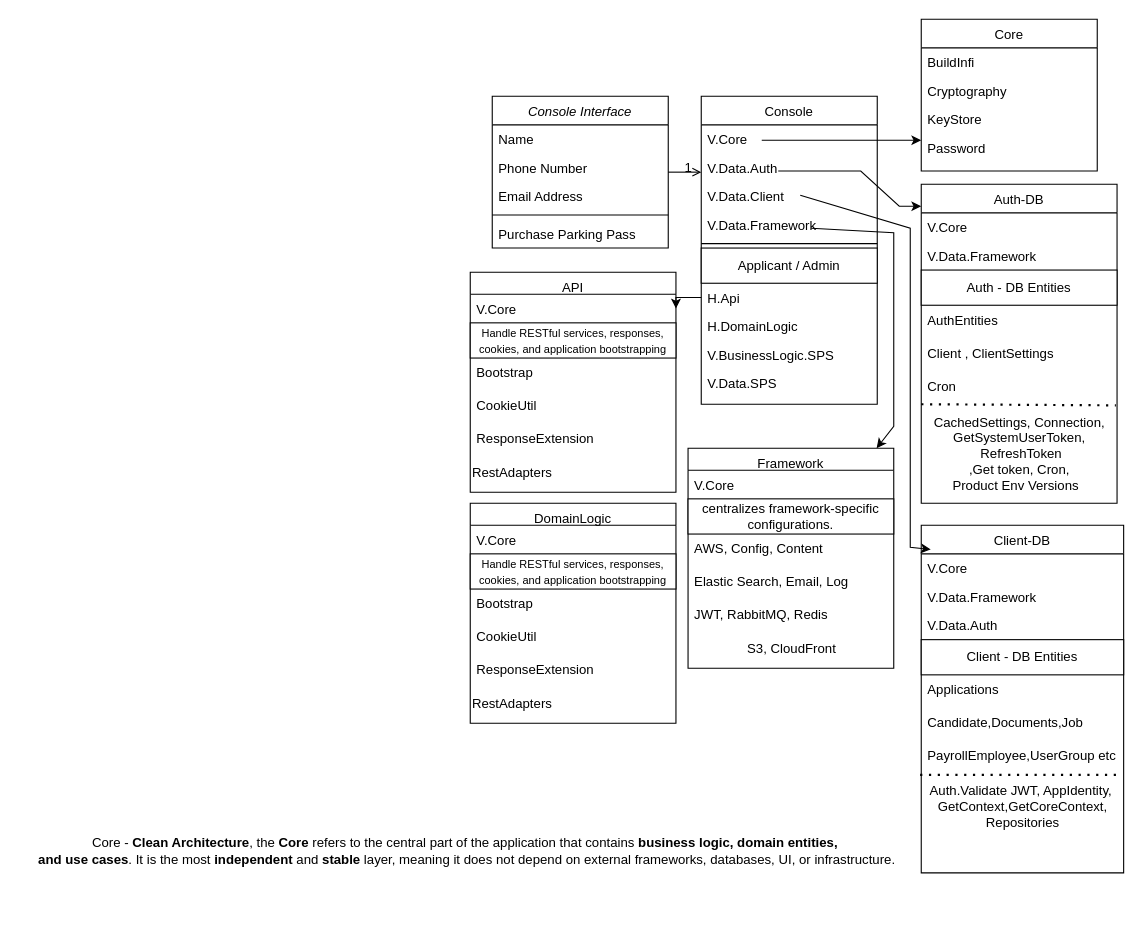
The draw.io diagram Untitled Diagram.drawio in LalgyThomas/GITPR, before the edit. Source tidied: cells renumbered, new cells numbered last; positions are measured from the earlier drawing's top-left corner, leaving out a move shared by most shapes. Both pictures are drawn from the tidied source at 110%, with x=0, y=0 at pixel (19, 19).
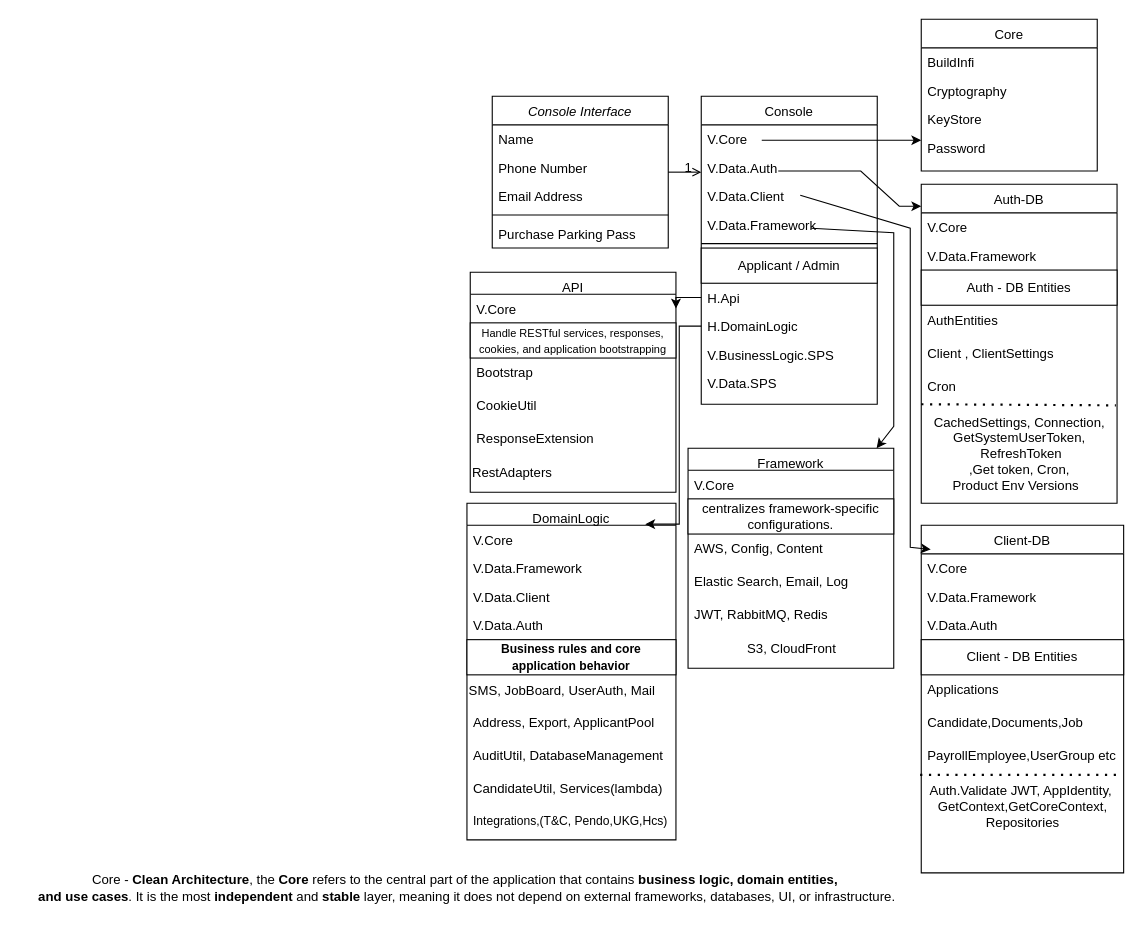
The same diagram, later.

The change refers to these unchanged cells:
```xml
<mxCell id="24" value="H.DomainLogic" style="text;align=left;verticalAlign=top;spacingLeft=4;spacingRight=4;overflow=hidden;points=[[0,0.5],[1,0.5]];portConstraint=eastwest;rounded=0;shadow=0;html=0;" parent="14" vertex="1">
  <mxGeometry y="196" width="160" height="26" as="geometry" />
</mxCell>
```

Change to the diagram source:
```diff
@@
     <mxCell id="29" value="Core -&amp;nbsp;&lt;strong&gt;Clean Architecture&lt;/strong&gt;, the &lt;strong&gt;Core&lt;/strong&gt; refers to the central part of the application that contains &lt;strong&gt;business logic, domain entities,&lt;/strong&gt;&lt;div&gt;&lt;strong&gt;&amp;nbsp;and use cases&lt;/strong&gt;. It is the most &lt;strong&gt;independent&lt;/strong&gt; and &lt;strong&gt;stable&lt;/strong&gt; layer, meaning it does not depend on external frameworks, databases, UI, or infrastructure.&lt;/div&gt;" style="text;html=1;align=center;verticalAlign=middle;strokeColor=none;fillColor=none;" parent="1" vertex="1">
-      <mxGeometry y="736" width="810" height="40" as="geometry" />
+      <mxGeometry y="770" width="810" height="40" as="geometry" />
     </mxCell>
@@
     <mxCell id="65" value="DomainLogic" style="swimlane;fontStyle=0;align=center;verticalAlign=top;horizontal=1;startSize=20;rounded=0;shadow=0;strokeWidth=1;" parent="1" vertex="1">
-      <mxGeometry x="410" y="440" width="187" height="200" as="geometry" />
+      <mxGeometry x="407" y="440" width="190" height="306" as="geometry" />
     </mxCell>
     <mxCell id="66" value="V.Core" style="text;align=left;verticalAlign=top;spacingLeft=4;spacingRight=4;overflow=hidden;points=[[0,0.5],[1,0.5]];portConstraint=eastwest;" parent="65" vertex="1">
-      <mxGeometry y="20" width="187" height="26" as="geometry" />
+      <mxGeometry y="20" width="190" height="26" as="geometry" />
     </mxCell>
+    <mxCell id="72" value="V.Data.Framework" style="text;align=left;verticalAlign=top;spacingLeft=4;spacingRight=4;overflow=hidden;rounded=0;shadow=0;html=0;" parent="65" vertex="1">
+      <mxGeometry y="46" width="190" height="26" as="geometry" />
+    </mxCell>
+    <mxCell id="73" value="V.Data.Client" style="text;align=left;verticalAlign=top;spacingLeft=4;spacingRight=4;overflow=hidden;rounded=0;shadow=0;html=0;" parent="65" vertex="1">
+      <mxGeometry y="72" width="190" height="26" as="geometry" />
+    </mxCell>
+    <mxCell id="74" value="V.Data.Auth" style="text;align=left;verticalAlign=top;spacingLeft=4;spacingRight=4;overflow=hidden;rounded=0;shadow=0;html=0;" parent="65" vertex="1">
+      <mxGeometry y="98" width="190" height="26" as="geometry" />
+    </mxCell>
-    <mxCell id="67" value="&lt;font style=&quot;font-size: 10px;&quot;&gt;Handle RESTful services, responses, cookies, and application bootstrapping&lt;/font&gt;" style="rounded=0;whiteSpace=wrap;html=1;fontStyle=0;" parent="65" vertex="1">
-      <mxGeometry y="46" width="187" height="32" as="geometry" />
+    <mxCell id="67" value="&lt;b&gt;&lt;font style=&quot;font-size: 11px;&quot;&gt;Business rules and core application behavior&lt;/font&gt;&lt;/b&gt;" style="rounded=0;whiteSpace=wrap;html=1;fontStyle=0;" parent="65" vertex="1">
+      <mxGeometry y="124" width="190" height="32" as="geometry" />
     </mxCell>
+    <mxCell id="71" value="SMS, JobBoard, UserAuth, Mail" style="text;html=1;align=left;verticalAlign=middle;strokeColor=none;fillColor=none;rotation=0;" parent="65" vertex="1">
+      <mxGeometry y="156" width="190" height="30" as="geometry" />
+    </mxCell>
+    <mxCell id="70" value="Address, Export, ApplicantPool" style="text;align=left;verticalAlign=top;spacingLeft=4;spacingRight=4;overflow=hidden;rounded=0;shadow=0;html=0;" parent="65" vertex="1">
+      <mxGeometry y="186" width="190" height="30" as="geometry" />
+    </mxCell>
+    <mxCell id="69" value="AuditUtil, DatabaseManagement" style="text;align=left;verticalAlign=top;spacingLeft=4;spacingRight=4;overflow=hidden;rounded=0;shadow=0;html=0;" parent="65" vertex="1">
+      <mxGeometry y="216" width="190" height="30" as="geometry" />
+    </mxCell>
-    <mxCell id="68" value="Bootstrap" style="text;align=left;verticalAlign=top;spacingLeft=4;spacingRight=4;overflow=hidden;rounded=0;shadow=0;html=0;" parent="65" vertex="1">
-      <mxGeometry y="78" width="187" height="30" as="geometry" />
+    <mxCell id="68" value="CandidateUtil, Services(lambda)" style="text;align=left;verticalAlign=top;spacingLeft=4;spacingRight=4;overflow=hidden;rounded=0;shadow=0;html=0;" parent="65" vertex="1">
+      <mxGeometry y="246" width="190" height="30" as="geometry" />
     </mxCell>
-    <mxCell id="69" value="CookieUtil" style="text;align=left;verticalAlign=top;spacingLeft=4;spacingRight=4;overflow=hidden;rounded=0;shadow=0;html=0;" parent="65" vertex="1">
-      <mxGeometry y="108" width="187" height="30" as="geometry" />
-    </mxCell>
-    <mxCell id="70" value="ResponseExtension" style="text;align=left;verticalAlign=top;spacingLeft=4;spacingRight=4;overflow=hidden;rounded=0;shadow=0;html=0;" parent="65" vertex="1">
-      <mxGeometry y="138" width="187" height="30" as="geometry" />
-    </mxCell>
-    <mxCell id="71" value="RestAdapters" style="text;html=1;align=left;verticalAlign=middle;strokeColor=none;fillColor=none;rotation=0;" parent="65" vertex="1">
-      <mxGeometry y="168" width="187" height="30" as="geometry" />
-    </mxCell>
+    <mxCell id="75" value="Integrations,(T&amp;C, Pendo,UKG,Hcs)" style="text;align=left;verticalAlign=top;spacingLeft=4;spacingRight=4;overflow=hidden;rounded=0;shadow=0;html=0;fontSize=11;" parent="65" vertex="1">
+      <mxGeometry y="276" width="190" height="30" as="geometry" />
+    </mxCell>
+    <mxCell id="76" style="edgeStyle=orthogonalEdgeStyle;rounded=0;jettySize=auto;html=1;entryX=0.853;entryY=-0.038;entryDx=0;entryDy=0;entryPerimeter=0;" parent="1" edge="1" source="24" target="66">
+      <mxGeometry relative="1" as="geometry">
+        <Array as="points">
+          <mxPoint x="600" y="279" />
+          <mxPoint x="600" y="459" />
+        </Array>
+      </mxGeometry>
+    </mxCell>
```
